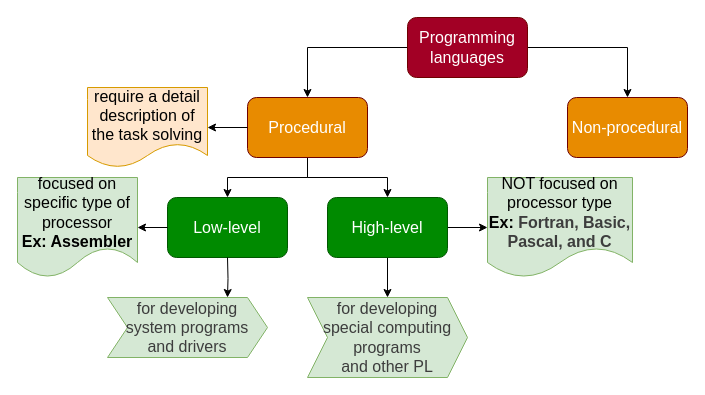
Before: Untitled Diagram.drawio in DMfananddu/Untitled, a draw.io diagram. Source tidied: cells renumbered, new cells numbered last; positions are measured from the earlier drawing's top-left corner, leaving out a move shared by most shapes. Both pictures are drawn from the tidied source at 100%, with x=0, y=0 at pixel (17, 17).
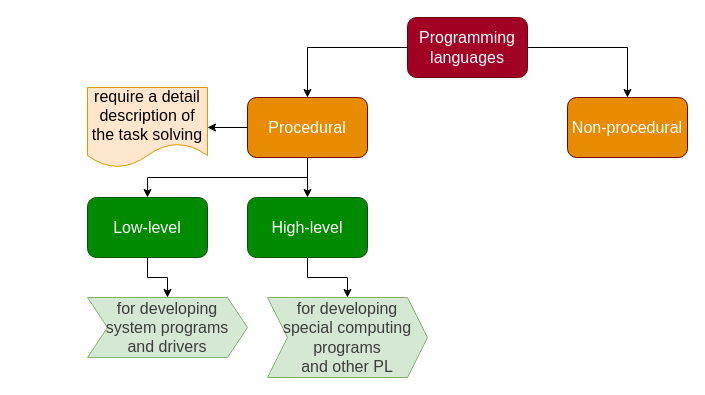
After the change.

Change to the diagram source:
```diff
@@
     <mxCell id="11" value="Low-level" style="rounded=1;whiteSpace=wrap;html=1;fontSize=16;strokeColor=#005700;fontColor=#ffffff;fillColor=#008a00;" parent="1" vertex="1">
-      <mxGeometry x="150" y="180" width="120" height="60" as="geometry" />
+      <mxGeometry x="70" y="180" width="120" height="60" as="geometry" />
     </mxCell>
-    <mxCell id="12" style="edgeStyle=orthogonalEdgeStyle;rounded=0;jettySize=auto;html=1;exitX=1;exitY=0.5;exitDx=0;exitDy=0;entryX=0;entryY=0.5;entryDx=0;entryDy=0;fontFamily=Helvetica;fontSize=16;" parent="1" edge="1" source="14" target="19">
-      <mxGeometry relative="1" as="geometry" />
-    </mxCell>
@@
     <mxCell id="14" value="High-level" style="rounded=1;whiteSpace=wrap;html=1;fontSize=16;strokeColor=#005700;fontColor=#ffffff;fillColor=#008a00;" parent="1" vertex="1">
-      <mxGeometry x="310" y="180" width="120" height="60" as="geometry" />
+      <mxGeometry x="230" y="180" width="120" height="60" as="geometry" />
     </mxCell>
-    <mxCell id="15" style="edgeStyle=orthogonalEdgeStyle;rounded=0;jettySize=auto;html=1;exitX=0;exitY=0.5;exitDx=0;exitDy=0;entryX=1;entryY=0.5;entryDx=0;entryDy=0;fontFamily=Helvetica;fontSize=16;" parent="1" edge="1" target="16">
-      <mxGeometry relative="1" as="geometry">
-        <mxPoint x="150" y="210" as="sourcePoint" />
-      </mxGeometry>
-    </mxCell>
-    <mxCell id="16" value="focused on specific type of processor&lt;br&gt;&lt;b&gt;Ex: Assembler&lt;/b&gt;" style="shape=document;whiteSpace=wrap;html=1;boundedLbl=1;fillColor=#d5e8d4;fontFamily=Helvetica;fontSize=16;strokeColor=#82b366;" parent="1" vertex="1">
-      <mxGeometry y="160" width="120" height="100" as="geometry" />
-    </mxCell>
-    <mxCell id="17" style="edgeStyle=orthogonalEdgeStyle;rounded=0;jettySize=auto;html=1;exitX=0.5;exitY=1;exitDx=0;exitDy=0;entryX=0.75;entryY=0;entryDx=0;entryDy=0;fontFamily=Helvetica;fontSize=16;" parent="1" edge="1" target="18">
-      <mxGeometry relative="1" as="geometry">
-        <mxPoint x="210" y="240" as="sourcePoint" />
-      </mxGeometry>
+    <mxCell id="17" style="edgeStyle=orthogonalEdgeStyle;rounded=0;jettySize=auto;html=1;exitX=0.5;exitY=1;exitDx=0;exitDy=0;entryX=0.5;entryY=0;entryDx=0;entryDy=0;fontFamily=Helvetica;fontSize=16;" parent="1" edge="1" source="11" target="18">
+      <mxGeometry relative="1" as="geometry" />
     </mxCell>
     <mxCell id="18" value="&lt;span lang=&quot;EN-US&quot; style=&quot;font-size: 12pt ; line-height: 107% ; font-family: &amp;#34;calibri&amp;#34; , sans-serif ; color: rgb(61 , 61 , 61)&quot;&gt;for developing&lt;br&gt;system programs &lt;br&gt;and drivers&lt;/span&gt;" style="shape=step;perimeter=stepPerimeter;whiteSpace=wrap;html=1;fixedSize=1;fillColor=#d5e8d4;fontFamily=Helvetica;fontSize=16;strokeColor=#82b366;" parent="1" vertex="1">
-      <mxGeometry x="90" y="280" width="160" height="60" as="geometry" />
+      <mxGeometry x="70" y="280" width="160" height="60" as="geometry" />
     </mxCell>
-    <mxCell id="19" value="NOT focused on processor type&lt;br&gt;&lt;b&gt;Ex:&amp;nbsp;&lt;/b&gt;&lt;span lang=&quot;EN-US&quot; style=&quot;font-size: 12pt ; line-height: 107% ; color: rgb(61 , 61 , 61)&quot;&gt;&lt;b&gt;Fortran, Basic, Pascal, and C&lt;/b&gt;&lt;/span&gt;" style="shape=document;whiteSpace=wrap;html=1;boundedLbl=1;fillColor=#d5e8d4;fontFamily=Helvetica;fontSize=16;strokeColor=#82b366;" parent="1" vertex="1">
-      <mxGeometry x="470" y="160" width="145" height="100" as="geometry" />
-    </mxCell>
     <mxCell id="20" value="&lt;span lang=&quot;EN-US&quot; style=&quot;font-size: 12pt ; line-height: 107% ; font-family: &amp;#34;calibri&amp;#34; , sans-serif ; color: rgb(61 , 61 , 61)&quot;&gt;for developing&lt;br&gt;special computing programs &lt;br&gt;and other PL&lt;/span&gt;" style="shape=step;perimeter=stepPerimeter;whiteSpace=wrap;html=1;fixedSize=1;fillColor=#d5e8d4;fontFamily=Helvetica;fontSize=16;strokeColor=#82b366;" parent="1" vertex="1">
-      <mxGeometry x="290" y="280" width="160" height="80" as="geometry" />
+      <mxGeometry x="250" y="280" width="160" height="80" as="geometry" />
     </mxCell>
```
